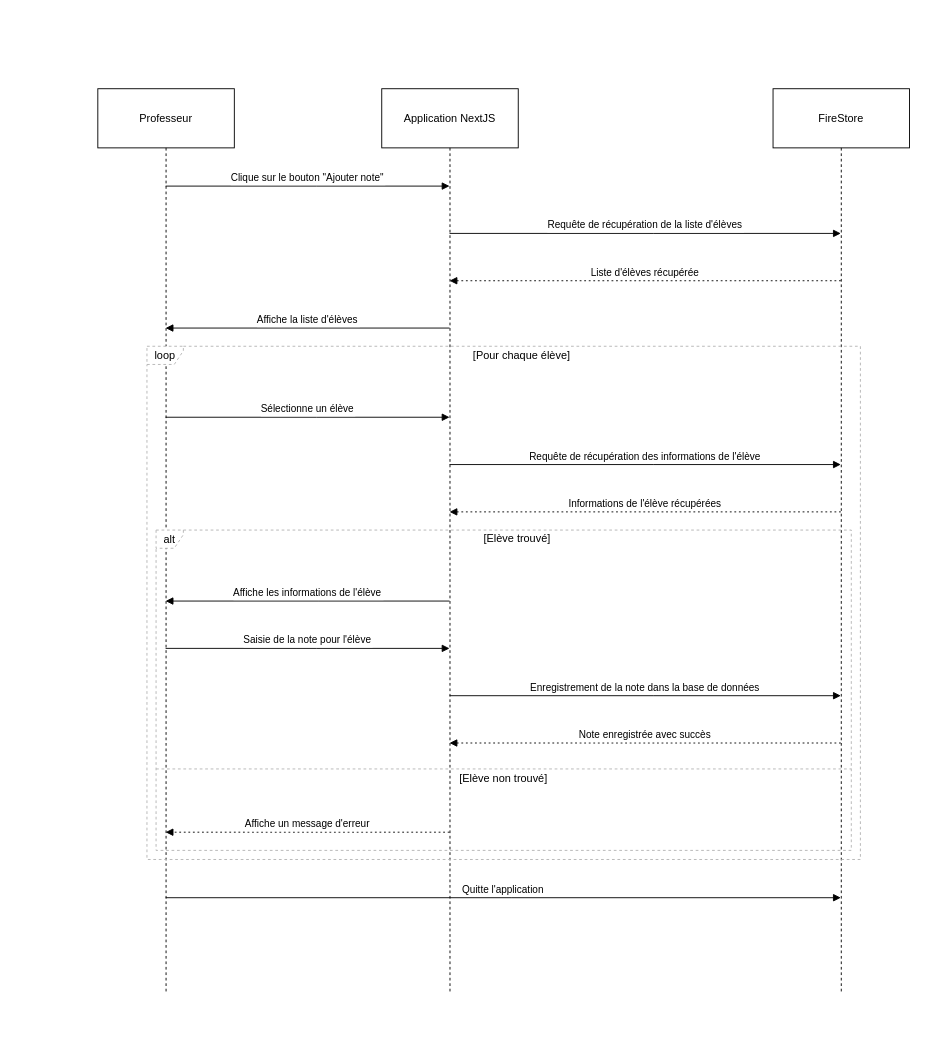
Earlier version of the draw.io diagram src/lib/Ajout de notes final.drawio (Pelpav/todo). Source tidied: cells renumbered, new cells numbered last; positions are measured from the earlier drawing's top-left corner, leaving out a move shared by most shapes. Both pictures are drawn from the tidied source at 91%, with x=0, y=0 at pixel (97, 88).
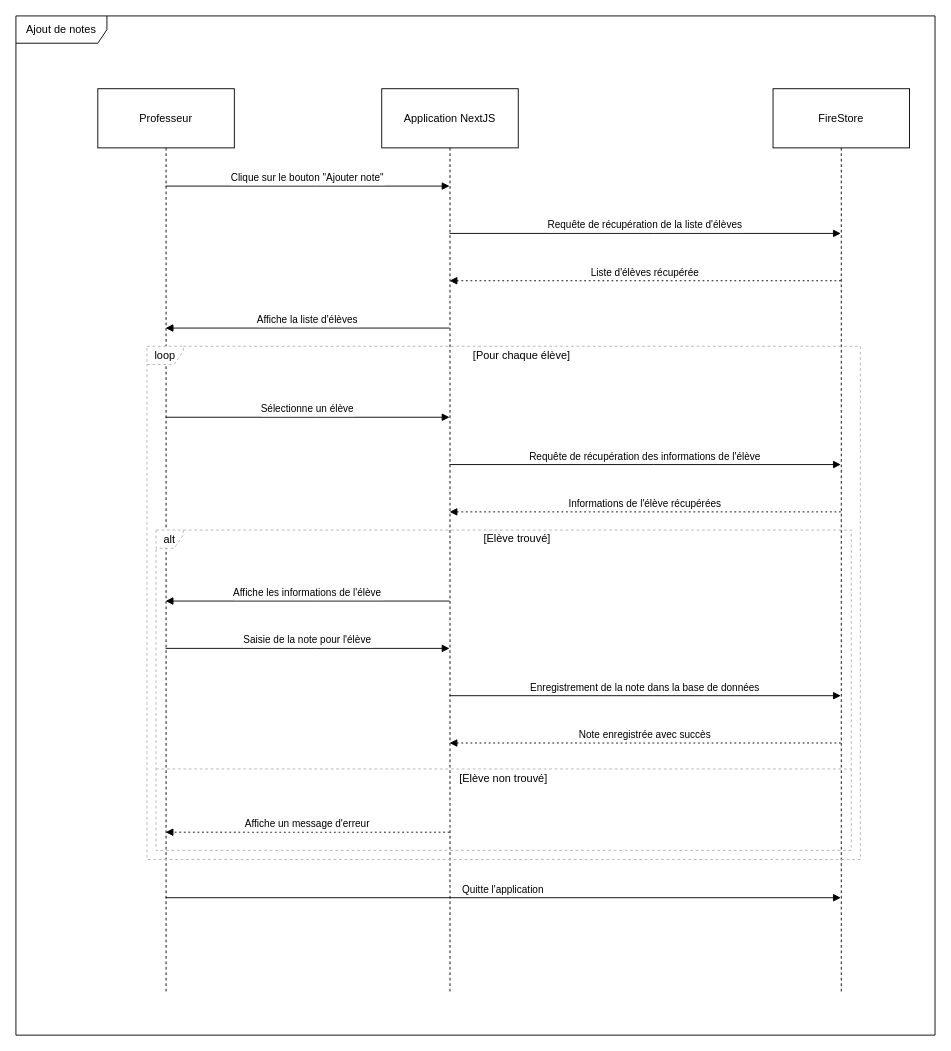
Above is the later version.

Commit message:
Mettre à jour Ajout de notes final.drawio

Diff of the diagram source:
```diff
@@
+    <mxCell id="23" value="Ajout de notes" style="shape=umlFrame;whiteSpace=wrap;html=1;width=100;height=30;" parent="1" vertex="1">
+      <mxGeometry x="-90" y="-80" width="1010" height="1120" as="geometry" />
+    </mxCell>
```
